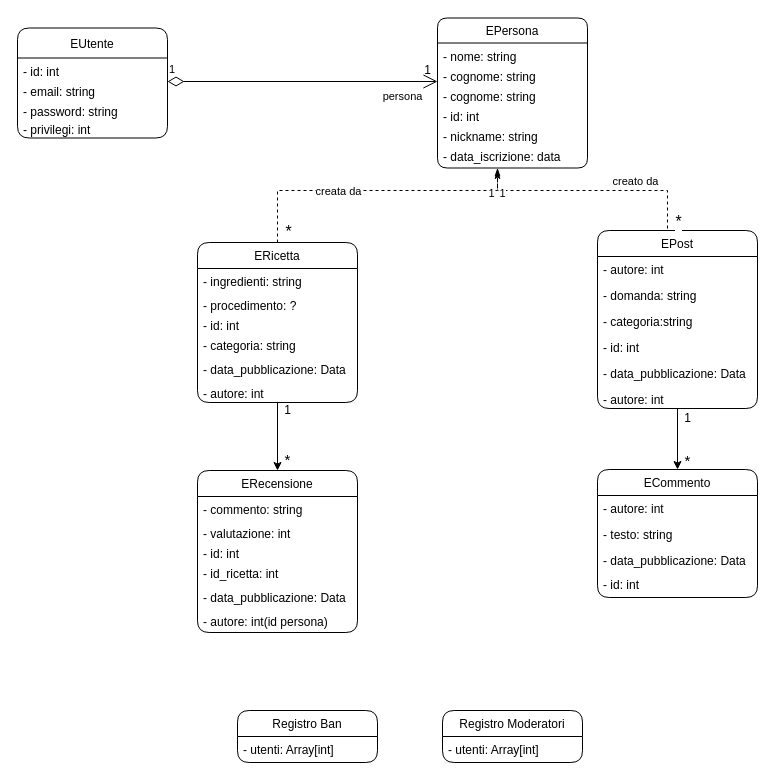
The draw.io diagram ChefsKiss_DomainModel.drawio in Lorislindo/ChefsKiss, before the edit. Source tidied: cells renumbered, new cells numbered last; positions are measured from the earlier drawing's top-left corner, leaving out a move shared by most shapes. Both pictures are drawn from the tidied source at 100%, with x=0, y=0 at pixel (17, 18).
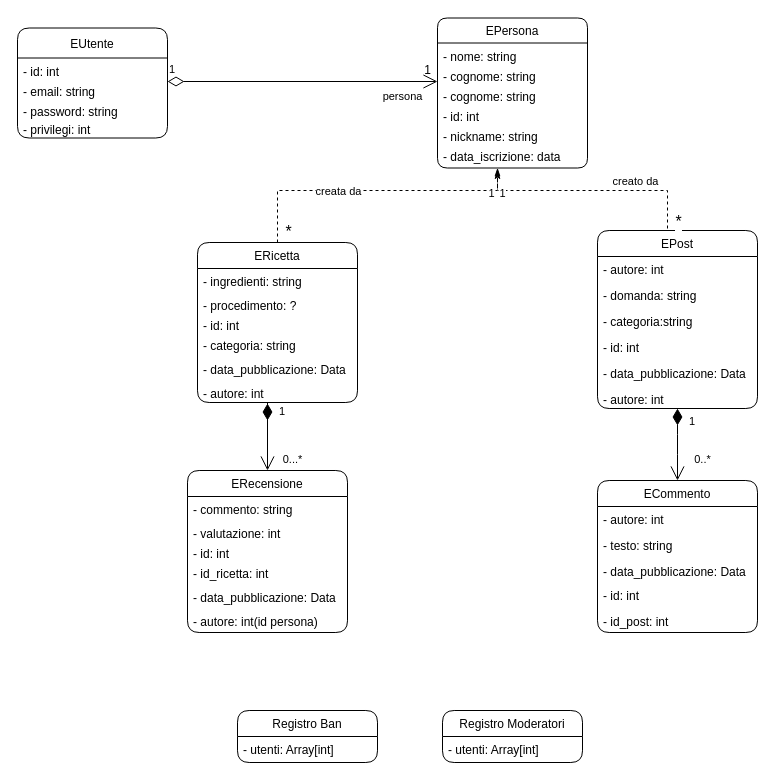
After the change.

Unchanged cells that the change refers to:
```xml
<mxCell id="3" value="ERicetta" style="swimlane;fontStyle=0;horizontal=1;startSize=26;fillColor=none;rounded=1;" parent="1" vertex="1">
  <mxGeometry x="180" y="224" width="160" height="160" as="geometry" />
</mxCell>
<mxCell id="18" value="EPost" style="swimlane;fontStyle=0;horizontal=1;startSize=26;fillColor=none;rounded=1;" parent="1" vertex="1">
  <mxGeometry x="580" y="212" width="160" height="178" as="geometry" />
</mxCell>
```

Diff of the diagram source:
```diff
@@
-    <mxCell id="2" style="edgeStyle=orthogonalEdgeStyle;rounded=0;jettySize=auto;html=1;" parent="1" edge="1" source="3" target="43">
-      <mxGeometry relative="1" as="geometry" />
-    </mxCell>
@@
-    <mxCell id="17" style="edgeStyle=orthogonalEdgeStyle;rounded=0;jettySize=auto;html=1;entryX=0.5;entryY=0;entryDx=0;entryDy=0;" parent="1" edge="1" source="18" target="25">
-      <mxGeometry relative="1" as="geometry" />
-    </mxCell>
@@
     <mxCell id="25" value="ECommento" style="swimlane;fontStyle=0;horizontal=1;startSize=26;fillColor=none;rounded=1;" parent="1" vertex="1">
-      <mxGeometry x="580" y="451" width="160" height="128" as="geometry" />
+      <mxGeometry x="580" y="462" width="160" height="152" as="geometry" />
     </mxCell>
@@
+    <mxCell id="62" value="- id_post: int" style="text;strokeColor=none;fillColor=none;align=left;verticalAlign=top;spacingLeft=4;spacingRight=4;overflow=hidden;" parent="25" vertex="1">
+      <mxGeometry y="128" width="160" height="24" as="geometry" />
+    </mxCell>
@@
     <mxCell id="43" value="ERecensione" style="swimlane;fontStyle=0;horizontal=1;startSize=26;fillColor=none;rounded=1;" parent="1" vertex="1">
-      <mxGeometry x="180" y="452" width="160" height="162" as="geometry" />
+      <mxGeometry x="170" y="452" width="160" height="162" as="geometry" />
     </mxCell>
@@
-    <mxCell id="52" value="1" style="text;html=1;align=center;verticalAlign=middle;fillColor=none;strokeColor=none;rounded=0;" parent="1" vertex="1">
-      <mxGeometry x="260" y="382" width="20" height="20" as="geometry" />
-    </mxCell>
-    <mxCell id="53" value="&lt;font style=&quot;font-size: 15px&quot;&gt;*&lt;/font&gt;" style="text;html=1;align=center;verticalAlign=middle;fillColor=none;strokeColor=none;rounded=0;" parent="1" vertex="1">
-      <mxGeometry x="260" y="431" width="20" height="20" as="geometry" />
+    <mxCell id="53" value="&lt;font style=&quot;font-size: 11px&quot;&gt;0...*&lt;/font&gt;" style="text;html=1;align=center;verticalAlign=middle;fillColor=none;strokeColor=none;rounded=0;" parent="1" vertex="1">
+      <mxGeometry x="260" y="431" width="30" height="20" as="geometry" />
     </mxCell>
@@
-    <mxCell id="58" value="1" style="text;html=1;align=center;verticalAlign=middle;fillColor=none;strokeColor=none;rounded=0;" parent="1" vertex="1">
-      <mxGeometry x="660" y="390" width="20" height="20" as="geometry" />
-    </mxCell>
-    <mxCell id="59" value="&lt;font style=&quot;font-size: 15px&quot;&gt;*&lt;/font&gt;" style="text;html=1;align=center;verticalAlign=middle;fillColor=none;strokeColor=none;rounded=0;" parent="1" vertex="1">
-      <mxGeometry x="660" y="432" width="20" height="20" as="geometry" />
+    <mxCell id="59" value="&lt;span style=&quot;font-size: 11px&quot;&gt;0..*&lt;/span&gt;" style="text;html=1;align=center;verticalAlign=middle;fillColor=none;strokeColor=none;rounded=0;" parent="1" vertex="1">
+      <mxGeometry x="670" y="431" width="30" height="20" as="geometry" />
     </mxCell>
@@
+    <mxCell id="63" value="1" style="endArrow=open;html=1;endSize=12;startArrow=diamondThin;startSize=14;startFill=1;edgeStyle=orthogonalEdgeStyle;align=left;verticalAlign=bottom;" parent="1" edge="1" target="43">
+      <mxGeometry x="-0.14" y="10" relative="1" as="geometry">
+        <mxPoint x="250" y="402" as="sourcePoint" />
+        <Array as="points">
+          <mxPoint x="250" y="383" />
+        </Array>
+      </mxGeometry>
+    </mxCell>
+    <mxCell id="64" value="1" style="endArrow=open;html=1;endSize=12;startArrow=diamondThin;startSize=14;startFill=1;edgeStyle=orthogonalEdgeStyle;align=left;verticalAlign=bottom;" parent="1" edge="1" source="18">
+      <mxGeometry x="-0.39" y="10" relative="1" as="geometry">
+        <mxPoint x="660" y="462" as="targetPoint" />
+      </mxGeometry>
+    </mxCell>
```
